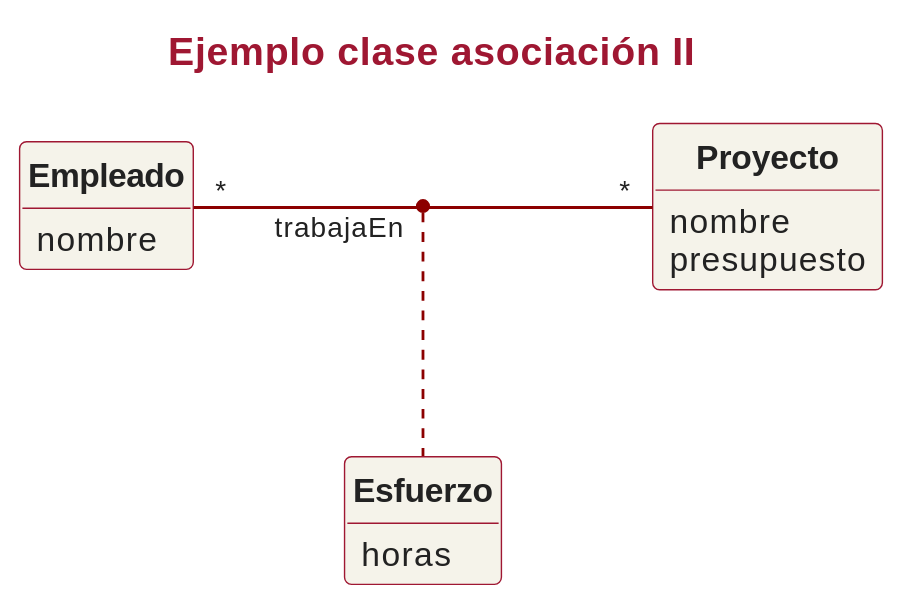
Earlier version of the PlantUML export assets/slides/iissi1/t6-introduccion-al-modelado-conceptual/puml/dc-ejemplo-asociacion-II.svg (IISSI-US/web).
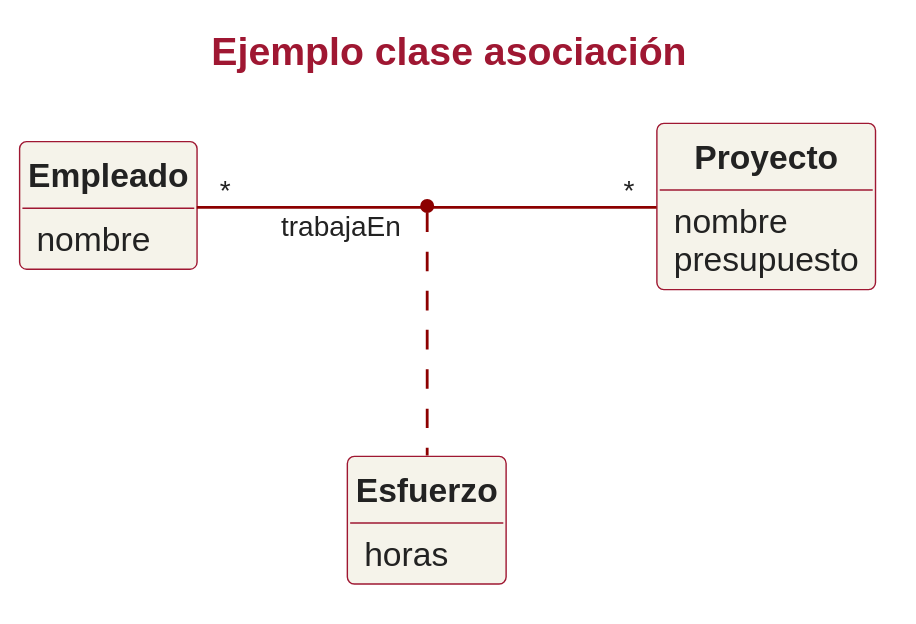
After the change.

What changed in the source:
```diff
@@ -1,11 +1,17 @@
 @startuml
-title Ejemplo clase asociación II
+title Ejemplo clase asociación
 !include ../../puml/teoria.iuml
 
-!include Proyecto.iuml
-!include Empleado.iuml
-!include Esfuerzo.iuml
-
+Class Proyecto{
+nombre
+presupuesto
+}
+Class Empleado{
+nombre
+}
+Class Esfuerzo{
+horas
+}
 Empleado "*" -r- "*" Proyecto : trabajaEn
 (Empleado, Proyecto) .. Esfuerzo
 @enduml
```
